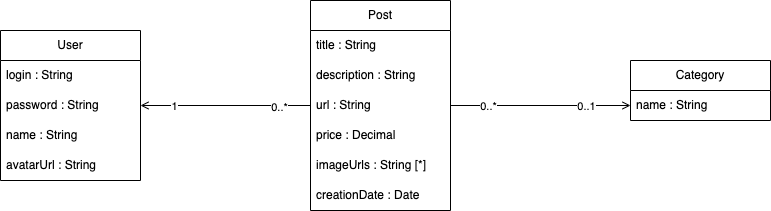
Before: doc/img/poster-uml.png, a diagram exported from draw.io (alejandrobujan/poster). Source tidied: cells renumbered, new cells last; positions are measured from the earlier drawing's top-left corner, leaving out a move shared by most shapes.
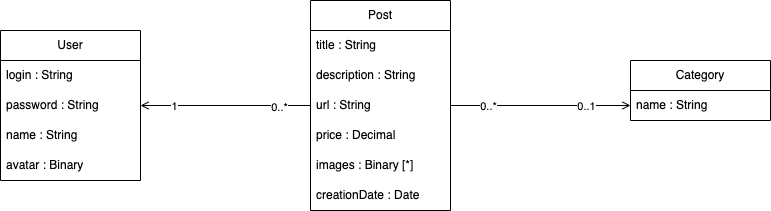
Later version of the same file.

Commit message:
Updated documentation with changes in entities and database

Change to the diagram source:
```diff
@@ -17,7 +17,7 @@
     <mxCell id="6" value="price : Decimal" style="text;strokeColor=none;fillColor=none;align=left;verticalAlign=middle;spacingLeft=4;spacingRight=4;overflow=hidden;whiteSpace=wrap;html=1;" parent="2" vertex="1">
       <mxGeometry y="120" width="140" height="30" as="geometry" />
     </mxCell>
-    <mxCell id="7" value="imageUrls : String [*]" style="text;strokeColor=none;fillColor=none;align=left;verticalAlign=middle;spacingLeft=4;spacingRight=4;overflow=hidden;whiteSpace=wrap;html=1;" parent="2" vertex="1">
+    <mxCell id="7" value="images : Binary [*]" style="text;strokeColor=none;fillColor=none;align=left;verticalAlign=middle;spacingLeft=4;spacingRight=4;overflow=hidden;whiteSpace=wrap;html=1;" parent="2" vertex="1">
       <mxGeometry y="150" width="140" height="30" as="geometry" />
     </mxCell>
     <mxCell id="8" value="creationDate : Date" style="text;strokeColor=none;fillColor=none;align=left;verticalAlign=middle;spacingLeft=4;spacingRight=4;overflow=hidden;whiteSpace=wrap;html=1;" parent="2" vertex="1">
@@ -35,7 +35,7 @@
     <mxCell id="12" value="name : String" style="text;strokeColor=none;fillColor=none;align=left;verticalAlign=middle;spacingLeft=4;spacingRight=4;overflow=hidden;whiteSpace=wrap;html=1;" parent="9" vertex="1">
       <mxGeometry y="90" width="140" height="30" as="geometry" />
     </mxCell>
-    <mxCell id="13" value="avatarUrl : String" style="text;strokeColor=none;fillColor=none;align=left;verticalAlign=middle;spacingLeft=4;spacingRight=4;overflow=hidden;whiteSpace=wrap;html=1;" parent="9" vertex="1">
+    <mxCell id="13" value="avatar : Binary" style="text;strokeColor=none;fillColor=none;align=left;verticalAlign=middle;spacingLeft=4;spacingRight=4;overflow=hidden;whiteSpace=wrap;html=1;" parent="9" vertex="1">
       <mxGeometry y="120" width="140" height="30" as="geometry" />
     </mxCell>
     <mxCell id="14" value="Category" style="swimlane;fontStyle=0;horizontal=1;startSize=30;whiteSpace=wrap;html=1;" parent="1" vertex="1">
```
